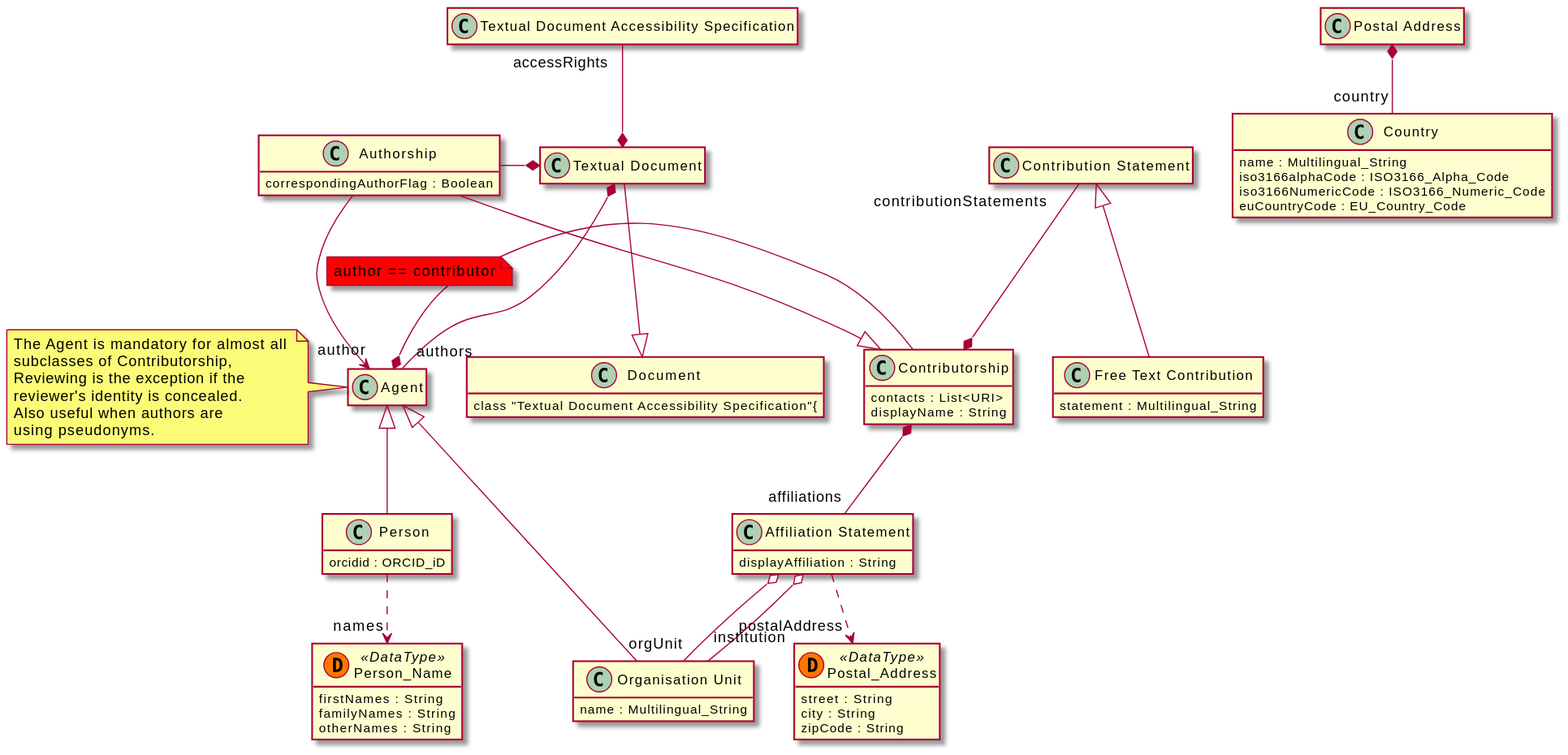
Before: diagrams/core.svg, a diagram exported from PlantUML (EuroCRIS/CERIF-ScholarlyPublicationsModule). Its diagram source:
```plantuml
@startuml
    !startsub common
    	!define datatype(x) class x << (D,#FF7700) DataType>>
    	hide empty members
    !endsub

    !startsub Document
    class "Document"{
        title : Multilingual_String
        publicationDate : Date
        DOI : DOI_Type
    }
    class "Textual Document"{
    }
    !endsub
    !startsub TDAS
    class "Textual Document Accessibility Specification"{
    }
    !endsub
    class "Agent"{

    }
    class "Organisation Unit"{
        name : Multilingual_String
    }
    class "Person"{
        orcidid : ORCID_iD
    }
    datatype("Person_Name"){
        firstNames : String
        familyNames : String
        otherNames : String
    }
    class "Authorship"{
        correspondingAuthorFlag : Boolean
    }
    !startsub Contributorship
    class "Contributorship"{
        contacts : List<URI>
        displayName : String
    }
    class "Contribution Statement"{
    }
    class "Free Text Contribution"{
        statement : Multilingual_String
    }
    !endsub
    class "Affiliation Statement"{
        displayAffiliation : String
    }
   datatype("Postal_Address"){
        street : String
        city : String
        zipCode : String
    }
    class "Country"{
        name : Multilingual_String
        iso3166alphaCode : ISO3166_Alpha_Code
        iso3166NumericCode : ISO3166_Numeric_Code
        euCountryCode : EU_Country_Code
    }
    "Postal Address" *-- "country" "Country"
    "Affiliation Statement" ..> "postalAddress" "Postal_Address"
    "Affiliation Statement" o-- "orgUnit" "Organisation Unit"
    "Affiliation Statement" o-- "institution" "Organisation Unit"
    !startsub Contributorship
    "Contribution Statement" <|-- "Free Text Contribution"
    "Contributorship" -r-* "Document"
    !endsub
    !startsub Contributorship
    "Contributorship" -l-* "Agent"
    !endsub
    "Contributorship" *-- "affiliations" "Affiliation Statement"
    !startsub Contributorship
    "Contributorship" *-u- "contributionStatements" "Contribution Statement"
    !endsub
    "Authorship" -r-* "Textual Document"
    "Contributorship" <|-u- "Authorship"
    "Authorship" --> "author" "Agent"
    note on link #red: author == contributor
    "Person" .d.> "names" "Person_Name"
    "Agent" <|-d- "Person"
    "Agent" <|-d- "Organisation Unit"
    !startsub Document
    "Document" <|-u- "Textual Document"
    !endsub
    "Textual Document" *-u- "accessRights" "Textual Document Accessibility Specification"
    "Textual Document" *--  "authors" "Agent"

    note left of Agent: The Agent is mandatory for almost all \nsubclasses of Contributorship,\nReviewing is the exception if the \nreviewer's identity is concealed. \nAlso useful when authors are \nusing pseudonyms.
@enduml
```
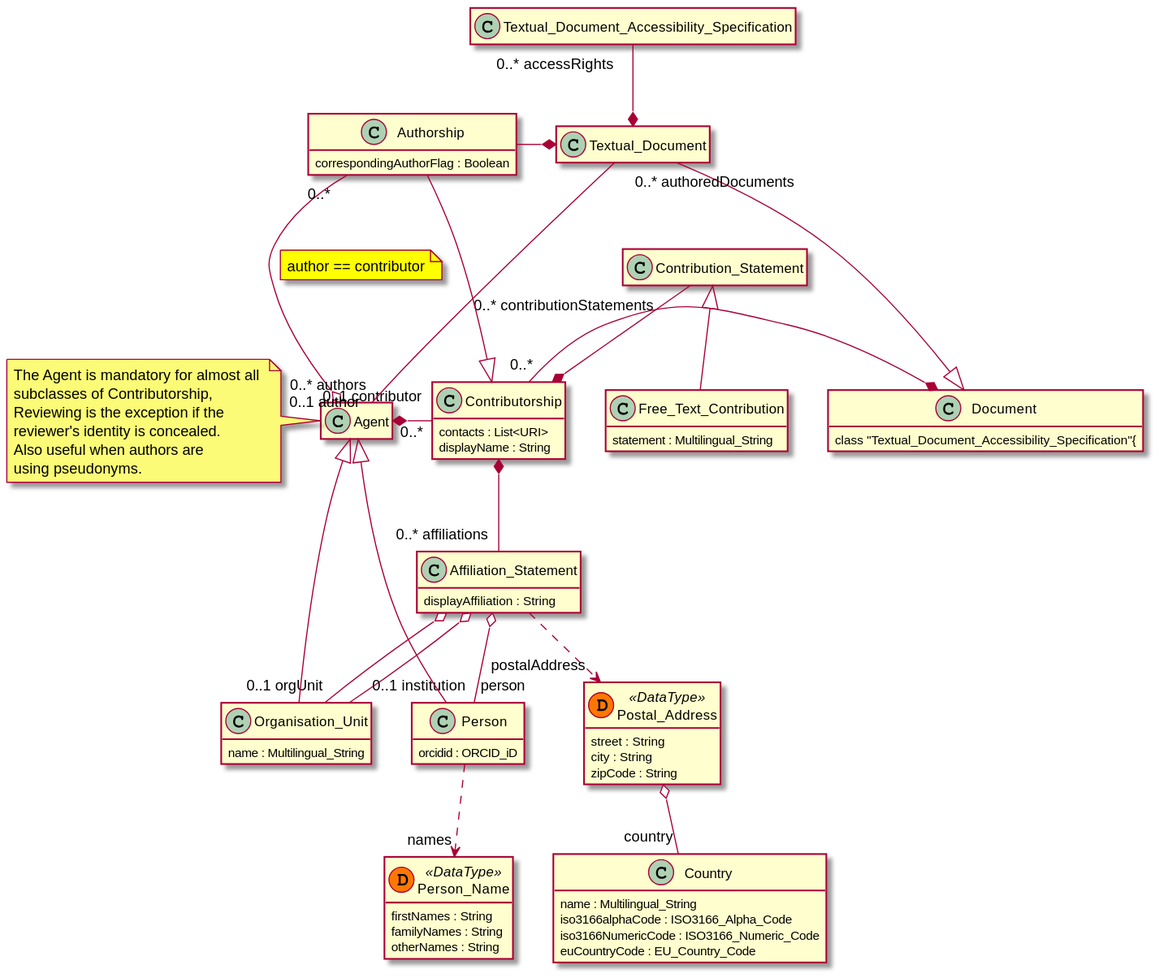
After the commit.

Diff of the diagram source:
```diff
@@ -10,17 +10,17 @@
         publicationDate : Date
         DOI : DOI_Type
     }
-    class "Textual Document"{
+    class "Textual_Document"{
     }
     !endsub
     !startsub TDAS
-    class "Textual Document Accessibility Specification"{
+    class "Textual_Document_Accessibility_Specification"{
     }
     !endsub
     class "Agent"{
 
     }
-    class "Organisation Unit"{
+    class "Organisation_Unit"{
         name : Multilingual_String
     }
     class "Person"{
@@ -39,13 +39,13 @@
         contacts : List<URI>
         displayName : String
     }
-    class "Contribution Statement"{
+    class "Contribution_Statement"{
     }
-    class "Free Text Contribution"{
+    class "Free_Text_Contribution"{
         statement : Multilingual_String
     }
     !endsub
-    class "Affiliation Statement"{
+    class "Affiliation_Statement"{
         displayAffiliation : String
     }
    datatype("Postal_Address"){
@@ -59,33 +59,35 @@
         iso3166NumericCode : ISO3166_Numeric_Code
         euCountryCode : EU_Country_Code
     }
-    "Postal Address" *-- "country" "Country"
-    "Affiliation Statement" ..> "postalAddress" "Postal_Address"
-    "Affiliation Statement" o-- "orgUnit" "Organisation Unit"
-    "Affiliation Statement" o-- "institution" "Organisation Unit"
+    "Postal_Address" o-- "country" "Country"
+    "Affiliation_Statement" ..> "postalAddress" "Postal_Address"
+    "Affiliation_Statement" o-- "0..1 orgUnit" "Organisation_Unit"
+    "Affiliation_Statement" o-- "0..1 institution" "Organisation_Unit"
+    "Affiliation_Statement" o-- "person" "Person"
     !startsub Contributorship
-    "Contribution Statement" <|-- "Free Text Contribution"
-    "Contributorship" -r-* "Document"
+    "Contribution_Statement" <|-- "Free_Text_Contribution"
     !endsub
     !startsub Contributorship
-    "Contributorship" -l-* "Agent"
+    "Contributorship" "0..*" -r-* "Document"
     !endsub
-    "Contributorship" *-- "affiliations" "Affiliation Statement"
     !startsub Contributorship
-    "Contributorship" *-u- "contributionStatements" "Contribution Statement"
+    "Contributorship" "0..*" -l-* "0..1 contributor" "Agent"
     !endsub
-    "Authorship" -r-* "Textual Document"
+    "Contributorship" *-- "0..* affiliations" "Affiliation_Statement"
+    !startsub Contributorship
+    "Contributorship" *-u- "0..* contributionStatements" "Contribution_Statement"
+    !endsub
+    "Authorship" -r-* "Textual_Document"
     "Contributorship" <|-u- "Authorship"
-    "Authorship" --> "author" "Agent"
-    note on link #red: author == contributor
+    "Authorship" "0..*" --o "0..1 author" "Agent"
+    note on link #yellow: author == contributor
     "Person" .d.> "names" "Person_Name"
     "Agent" <|-d- "Person"
-    "Agent" <|-d- "Organisation Unit"
+    "Agent" <|-d- "Organisation_Unit"
     !startsub Document
-    "Document" <|-u- "Textual Document"
+    "Document" <|-u- "Textual_Document"
     !endsub
-    "Textual Document" *-u- "accessRights" "Textual Document Accessibility Specification"
-    "Textual Document" *--  "authors" "Agent"
-
+    "Textual_Document" *-u- "0..* accessRights" "Textual_Document_Accessibility_Specification"
+    "Textual_Document" "0..* authoredDocuments" --- "0..* authors" "Agent"
     note left of Agent: The Agent is mandatory for almost all \nsubclasses of Contributorship,\nReviewing is the exception if the \nreviewer's identity is concealed. \nAlso useful when authors are \nusing pseudonyms.
 @enduml
```
